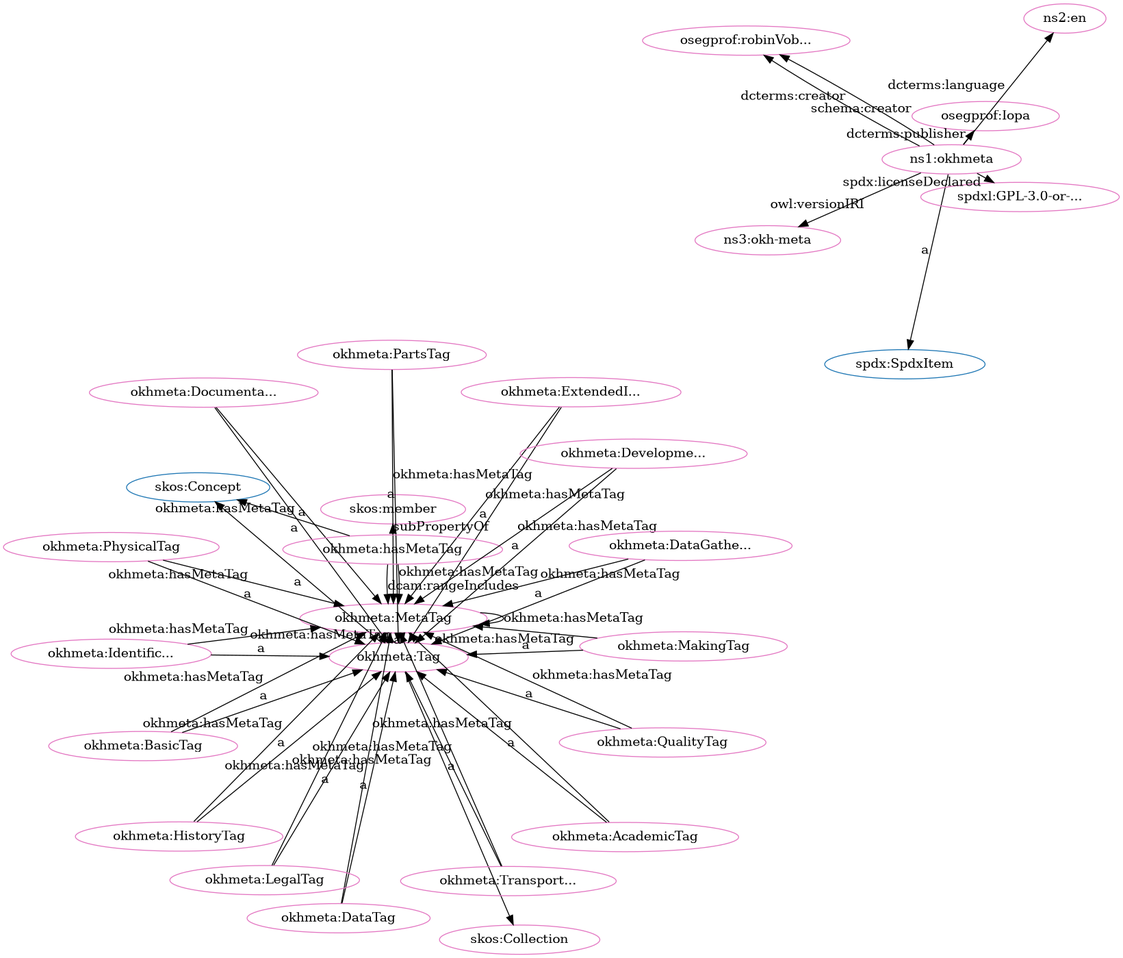
Earlier version of the Graphviz export src/spec/dot_okh-meta-clean.png (iop-alliance/OpenKnowHow). Its source is kept beside it as src/spec/dot_okh-meta-clean.dot.
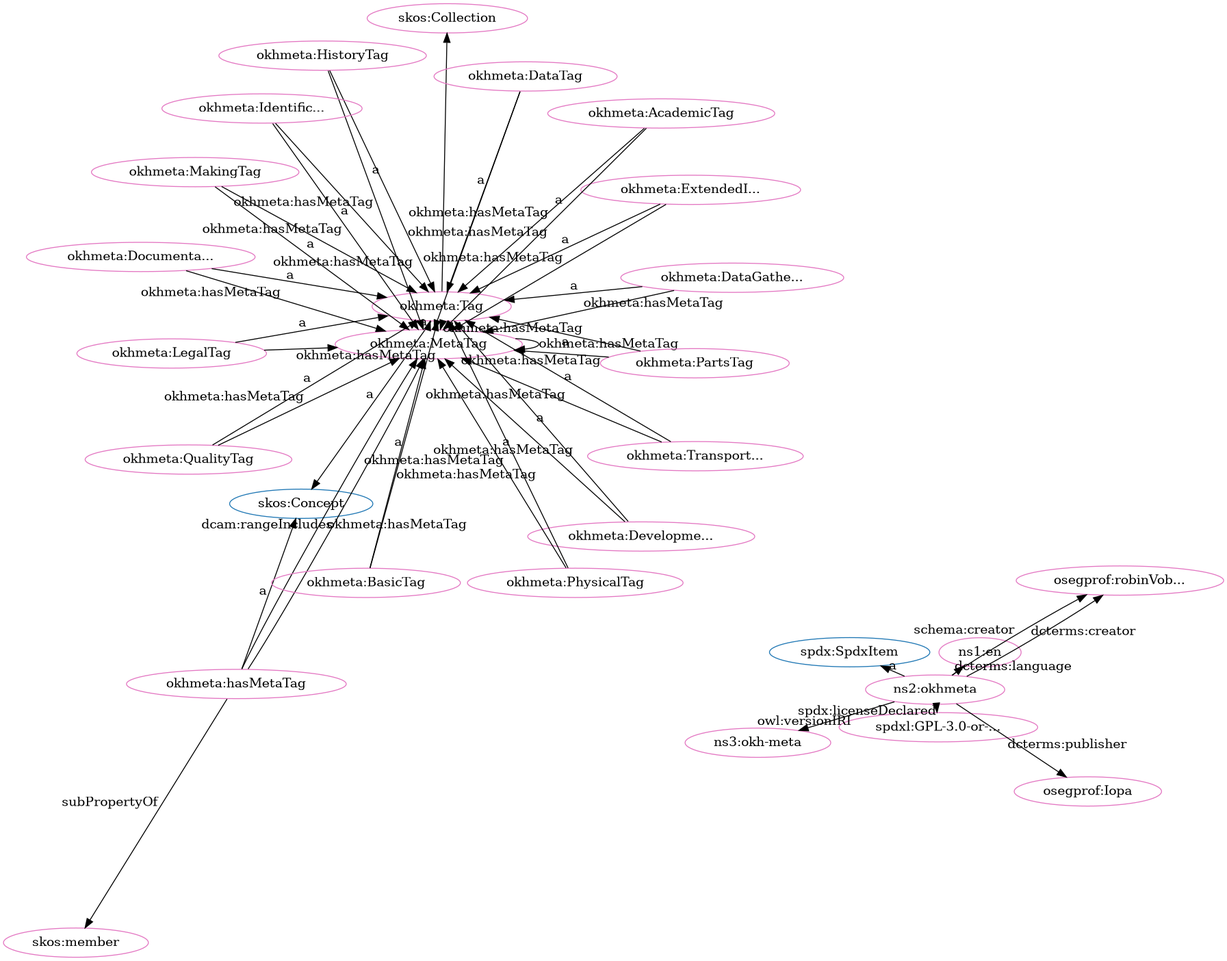
After the change.

What changed in the source:
```diff
@@ -1,80 +1,80 @@
 digraph G {
   rankdir=BT
   node[height=.3]
+"http://w3id.org/oseg/ont/okhmeta#Tag" [fillcolor="#1f77b4" color="#1f77b4" label="okhmeta:Tag"]
+"http://www.w3.org/2004/02/skos/core#Collection" [fillcolor="#1f77b4" color="#1f77b4" label="skos:Collection"]
+"http://www.w3.org/2004/02/skos/core#Concept" [fillcolor="#1f77b4" color="#1f77b4" label="skos:Concept"]
 "http://spdx.org/rdf/terms#SpdxItem" [fillcolor="#1f77b4" color="#1f77b4" label="spdx:SpdxItem"]
-"http://www.w3.org/2004/02/skos/core#Concept" [fillcolor="#1f77b4" color="#1f77b4" label="skos:Concept"]
-"http://www.w3.org/2004/02/skos/core#Collection" [fillcolor="#1f77b4" color="#1f77b4" label="skos:Collection"]
-"http://w3id.org/oseg/ont/okhmeta#Tag" [fillcolor="#1f77b4" color="#1f77b4" label="okhmeta:Tag"]
+"http://w3id.org/oseg/ont/oseg-profiles#robinVobruba" [fillcolor="#e377c2" color="#e377c2" label="osegprof:robinVob..."]
+"http://w3id.org/oseg/ont/okhmeta#LegalTag" [fillcolor="#e377c2" color="#e377c2" label="okhmeta:LegalTag"]
+"http://w3id.org/oseg/ont/okhmeta#MetaTag" [fillcolor="#e377c2" color="#e377c2" label="okhmeta:MetaTag"]
+"http://spdx.org/licenses/GPL-3.0-or-later" [fillcolor="#e377c2" color="#e377c2" label="spdxl:GPL-3.0-or-..."]
+"http://id.loc.gov/vocabulary/iso639-1/en" [fillcolor="#e377c2" color="#e377c2" label="ns1:en"]
+"http://w3id.org/oseg/ont/okhmeta#DocumentationTag" [fillcolor="#e377c2" color="#e377c2" label="okhmeta:Documenta..."]
+"http://www.w3.org/2004/02/skos/core#Collection" [fillcolor="#e377c2" color="#e377c2" label="skos:Collection"]
+"http://w3id.org/oseg/ont/okhmeta#HistoryTag" [fillcolor="#e377c2" color="#e377c2" label="okhmeta:HistoryTag"]
+"http://w3id.org/oseg/ont/okhmeta#ExtendedInfoTag" [fillcolor="#e377c2" color="#e377c2" label="okhmeta:ExtendedI..."]
+"http://w3id.org/oseg/ont/okhmeta#PartsTag" [fillcolor="#e377c2" color="#e377c2" label="okhmeta:PartsTag"]
+"http://w3id.org/oseg/ont/okhmeta#hasMetaTag" [fillcolor="#e377c2" color="#e377c2" label="okhmeta:hasMetaTag"]
+"http://w3id.org/oseg/ont/okhmeta#BasicTag" [fillcolor="#e377c2" color="#e377c2" label="okhmeta:BasicTag"]
+"http://w3id.org/oseg/ont/okhmeta#QualityTag" [fillcolor="#e377c2" color="#e377c2" label="okhmeta:QualityTag"]
+"http://w3id.org/oseg/ont/oseg-profiles#Iopa" [fillcolor="#e377c2" color="#e377c2" label="osegprof:Iopa"]
+"http://w3id.org/oseg/ont/okhmeta#DataTag" [fillcolor="#e377c2" color="#e377c2" label="okhmeta:DataTag"]
+"http://w3id.org/oseg/ont/okhmeta#AcademicTag" [fillcolor="#e377c2" color="#e377c2" label="okhmeta:AcademicTag"]
+"http://www.w3.org/2004/02/skos/core#member" [fillcolor="#e377c2" color="#e377c2" label="skos:member"]
+"http://w3id.org/oseg/ont/okhmeta#DevelopmentTag" [fillcolor="#e377c2" color="#e377c2" label="okhmeta:Developme..."]
+"http://w3id.org/oseg/ont/okhmeta#PhysicalTag" [fillcolor="#e377c2" color="#e377c2" label="okhmeta:PhysicalTag"]
+"http://w3id.org/oseg/ont/okhmeta" [fillcolor="#e377c2" color="#e377c2" label="ns2:okhmeta"]
+"http://w3id.org/oseg/ont/okhmeta#IdentificationTag" [fillcolor="#e377c2" color="#e377c2" label="okhmeta:Identific..."]
 "http://w3id.org/oseg/ont/okhmeta#MakingTag" [fillcolor="#e377c2" color="#e377c2" label="okhmeta:MakingTag"]
-"http://www.w3.org/2004/02/skos/core#Collection" [fillcolor="#e377c2" color="#e377c2" label="skos:Collection"]
-"http://w3id.org/oseg/ont/okhmeta#MetaTag" [fillcolor="#e377c2" color="#e377c2" label="okhmeta:MetaTag"]
-"http://w3id.org/oseg/ont/okhmeta#DocumentationTag" [fillcolor="#e377c2" color="#e377c2" label="okhmeta:Documenta..."]
-"http://w3id.org/oseg/ont/okhmeta" [fillcolor="#e377c2" color="#e377c2" label="ns1:okhmeta"]
+"http://w3id.org/oseg/ont/okhmeta#Tag" [fillcolor="#e377c2" color="#e377c2" label="okhmeta:Tag"]
+"http://w3id.org/oseg/ont/okhmeta#DataGatheringTag" [fillcolor="#e377c2" color="#e377c2" label="okhmeta:DataGathe..."]
+"http://w3id.org/oseg/ont/1.1.0/okh-meta" [fillcolor="#e377c2" color="#e377c2" label="ns3:okh-meta"]
 "http://w3id.org/oseg/ont/okhmeta#TransportationTag" [fillcolor="#e377c2" color="#e377c2" label="okhmeta:Transport..."]
-"http://www.w3.org/2004/02/skos/core#member" [fillcolor="#e377c2" color="#e377c2" label="skos:member"]
-"http://w3id.org/oseg/ont/okhmeta#Tag" [fillcolor="#e377c2" color="#e377c2" label="okhmeta:Tag"]
-"http://w3id.org/oseg/ont/okhmeta#QualityTag" [fillcolor="#e377c2" color="#e377c2" label="okhmeta:QualityTag"]
-"http://w3id.org/oseg/ont/okhmeta#PhysicalTag" [fillcolor="#e377c2" color="#e377c2" label="okhmeta:PhysicalTag"]
-"http://w3id.org/oseg/ont/okhmeta#BasicTag" [fillcolor="#e377c2" color="#e377c2" label="okhmeta:BasicTag"]
-"http://w3id.org/oseg/ont/okhmeta#PartsTag" [fillcolor="#e377c2" color="#e377c2" label="okhmeta:PartsTag"]
-"http://w3id.org/oseg/ont/okhmeta#ExtendedInfoTag" [fillcolor="#e377c2" color="#e377c2" label="okhmeta:ExtendedI..."]
-"http://w3id.org/oseg/ont/okhmeta#hasMetaTag" [fillcolor="#e377c2" color="#e377c2" label="okhmeta:hasMetaTag"]
-"http://w3id.org/oseg/ont/okhmeta#DevelopmentTag" [fillcolor="#e377c2" color="#e377c2" label="okhmeta:Developme..."]
-"http://spdx.org/licenses/GPL-3.0-or-later" [fillcolor="#e377c2" color="#e377c2" label="spdxl:GPL-3.0-or-..."]
-"http://w3id.org/oseg/ont/okhmeta#IdentificationTag" [fillcolor="#e377c2" color="#e377c2" label="okhmeta:Identific..."]
-"http://w3id.org/oseg/ont/oseg-profiles#Iopa" [fillcolor="#e377c2" color="#e377c2" label="osegprof:Iopa"]
-"http://id.loc.gov/vocabulary/iso639-1/en" [fillcolor="#e377c2" color="#e377c2" label="ns2:en"]
-"http://w3id.org/oseg/ont/oseg-profiles#robinVobruba" [fillcolor="#e377c2" color="#e377c2" label="osegprof:robinVob..."]
-"http://w3id.org/oseg/ont/1.1.0/okh-meta" [fillcolor="#e377c2" color="#e377c2" label="ns3:okh-meta"]
-"http://w3id.org/oseg/ont/okhmeta#AcademicTag" [fillcolor="#e377c2" color="#e377c2" label="okhmeta:AcademicTag"]
-"http://w3id.org/oseg/ont/okhmeta#DataTag" [fillcolor="#e377c2" color="#e377c2" label="okhmeta:DataTag"]
-"http://w3id.org/oseg/ont/okhmeta#HistoryTag" [fillcolor="#e377c2" color="#e377c2" label="okhmeta:HistoryTag"]
-"http://w3id.org/oseg/ont/okhmeta#LegalTag" [fillcolor="#e377c2" color="#e377c2" label="okhmeta:LegalTag"]
-"http://w3id.org/oseg/ont/okhmeta#DataGatheringTag" [fillcolor="#e377c2" color="#e377c2" label="okhmeta:DataGathe..."]
+  "http://w3id.org/oseg/ont/okhmeta" -> "http://w3id.org/oseg/ont/oseg-profiles#robinVobruba" [label="schema:creator"]
+  "http://w3id.org/oseg/ont/okhmeta#AcademicTag" -> "http://w3id.org/oseg/ont/okhmeta#MetaTag" [label="okhmeta:hasMetaTag"]
+  "http://w3id.org/oseg/ont/okhmeta" -> "http://spdx.org/licenses/GPL-3.0-or-later" [label="spdx:licenseDeclared"]
+  "http://w3id.org/oseg/ont/okhmeta" -> "http://id.loc.gov/vocabulary/iso639-1/en" [label="dcterms:language"]
+  "http://w3id.org/oseg/ont/okhmeta#hasMetaTag" -> "http://w3id.org/oseg/ont/okhmeta#MetaTag" [label="okhmeta:hasMetaTag"]
+  "http://w3id.org/oseg/ont/okhmeta#DocumentationTag" -> "http://w3id.org/oseg/ont/okhmeta#Tag" [label="a"]
   "http://w3id.org/oseg/ont/okhmeta#Tag" -> "http://www.w3.org/2004/02/skos/core#Collection" [label=""]
+  "http://w3id.org/oseg/ont/okhmeta#HistoryTag" -> "http://w3id.org/oseg/ont/okhmeta#Tag" [label="a"]
+  "http://w3id.org/oseg/ont/okhmeta#MetaTag" -> "http://w3id.org/oseg/ont/okhmeta#MetaTag" [label="okhmeta:hasMetaTag"]
+  "http://w3id.org/oseg/ont/okhmeta#BasicTag" -> "http://w3id.org/oseg/ont/okhmeta#Tag" [label="a"]
+  "http://w3id.org/oseg/ont/okhmeta#QualityTag" -> "http://w3id.org/oseg/ont/okhmeta#Tag" [label="a"]
+  "http://w3id.org/oseg/ont/okhmeta#hasMetaTag" -> "http://w3id.org/oseg/ont/okhmeta#MetaTag" [label="dcam:rangeIncludes"]
+  "http://w3id.org/oseg/ont/okhmeta#LegalTag" -> "http://w3id.org/oseg/ont/okhmeta#MetaTag" [label="okhmeta:hasMetaTag"]
+  "http://w3id.org/oseg/ont/okhmeta#DocumentationTag" -> "http://w3id.org/oseg/ont/okhmeta#MetaTag" [label="okhmeta:hasMetaTag"]
+  "http://w3id.org/oseg/ont/okhmeta#AcademicTag" -> "http://w3id.org/oseg/ont/okhmeta#Tag" [label="a"]
+  "http://w3id.org/oseg/ont/okhmeta#DataTag" -> "http://w3id.org/oseg/ont/okhmeta#MetaTag" [label="okhmeta:hasMetaTag"]
+  "http://w3id.org/oseg/ont/okhmeta#hasMetaTag" -> "http://www.w3.org/2004/02/skos/core#member" [label="subPropertyOf"]
+  "http://w3id.org/oseg/ont/okhmeta#DevelopmentTag" -> "http://w3id.org/oseg/ont/okhmeta#MetaTag" [label="okhmeta:hasMetaTag"]
+  "http://w3id.org/oseg/ont/okhmeta#IdentificationTag" -> "http://w3id.org/oseg/ont/okhmeta#MetaTag" [label="okhmeta:hasMetaTag"]
+  "http://w3id.org/oseg/ont/okhmeta#PhysicalTag" -> "http://w3id.org/oseg/ont/okhmeta#Tag" [label="a"]
+  "http://w3id.org/oseg/ont/okhmeta#ExtendedInfoTag" -> "http://w3id.org/oseg/ont/okhmeta#MetaTag" [label="okhmeta:hasMetaTag"]
+  "http://w3id.org/oseg/ont/okhmeta#PartsTag" -> "http://w3id.org/oseg/ont/okhmeta#MetaTag" [label="okhmeta:hasMetaTag"]
+  "http://w3id.org/oseg/ont/okhmeta#Tag" -> "http://w3id.org/oseg/ont/okhmeta#MetaTag" [label="okhmeta:hasMetaTag"]
+  "http://w3id.org/oseg/ont/okhmeta#DataGatheringTag" -> "http://w3id.org/oseg/ont/okhmeta#Tag" [label="a"]
   "http://w3id.org/oseg/ont/okhmeta#TransportationTag" -> "http://w3id.org/oseg/ont/okhmeta#MetaTag" [label="okhmeta:hasMetaTag"]
+  "http://w3id.org/oseg/ont/okhmeta" -> "http://spdx.org/rdf/terms#SpdxItem" [label="a"]
+  "http://w3id.org/oseg/ont/okhmeta#LegalTag" -> "http://w3id.org/oseg/ont/okhmeta#Tag" [label="a"]
+  "http://w3id.org/oseg/ont/okhmeta" -> "http://w3id.org/oseg/ont/oseg-profiles#robinVobruba" [label="dcterms:creator"]
+  "http://w3id.org/oseg/ont/okhmeta#ExtendedInfoTag" -> "http://w3id.org/oseg/ont/okhmeta#Tag" [label="a"]
+  "http://w3id.org/oseg/ont/okhmeta#PartsTag" -> "http://w3id.org/oseg/ont/okhmeta#Tag" [label="a"]
+  "http://w3id.org/oseg/ont/okhmeta#MetaTag" -> "http://w3id.org/oseg/ont/okhmeta#Tag" [label="a"]
+  "http://w3id.org/oseg/ont/okhmeta#MakingTag" -> "http://w3id.org/oseg/ont/okhmeta#MetaTag" [label="okhmeta:hasMetaTag"]
   "http://w3id.org/oseg/ont/okhmeta#QualityTag" -> "http://w3id.org/oseg/ont/okhmeta#MetaTag" [label="okhmeta:hasMetaTag"]
+  "http://w3id.org/oseg/ont/okhmeta" -> "http://w3id.org/oseg/ont/oseg-profiles#Iopa" [label="dcterms:publisher"]
+  "http://w3id.org/oseg/ont/okhmeta#DataTag" -> "http://w3id.org/oseg/ont/okhmeta#Tag" [label="a"]
+  "http://w3id.org/oseg/ont/okhmeta#hasMetaTag" -> "http://www.w3.org/2004/02/skos/core#Concept" [label="a"]
   "http://w3id.org/oseg/ont/okhmeta#PhysicalTag" -> "http://w3id.org/oseg/ont/okhmeta#MetaTag" [label="okhmeta:hasMetaTag"]
+  "http://w3id.org/oseg/ont/okhmeta#DevelopmentTag" -> "http://w3id.org/oseg/ont/okhmeta#Tag" [label="a"]
+  "http://w3id.org/oseg/ont/okhmeta#IdentificationTag" -> "http://w3id.org/oseg/ont/okhmeta#Tag" [label="a"]
+  "http://w3id.org/oseg/ont/okhmeta#HistoryTag" -> "http://w3id.org/oseg/ont/okhmeta#MetaTag" [label="okhmeta:hasMetaTag"]
+  "http://w3id.org/oseg/ont/okhmeta#MakingTag" -> "http://w3id.org/oseg/ont/okhmeta#Tag" [label="a"]
   "http://w3id.org/oseg/ont/okhmeta#BasicTag" -> "http://w3id.org/oseg/ont/okhmeta#MetaTag" [label="okhmeta:hasMetaTag"]
-  "http://w3id.org/oseg/ont/okhmeta#PartsTag" -> "http://w3id.org/oseg/ont/okhmeta#MetaTag" [label="okhmeta:hasMetaTag"]
   "http://w3id.org/oseg/ont/okhmeta#Tag" -> "http://www.w3.org/2004/02/skos/core#Concept" [label="a"]
-  "http://w3id.org/oseg/ont/okhmeta#ExtendedInfoTag" -> "http://w3id.org/oseg/ont/okhmeta#Tag" [label="a"]
-  "http://w3id.org/oseg/ont/okhmeta#IdentificationTag" -> "http://w3id.org/oseg/ont/okhmeta#Tag" [label="a"]
-  "http://w3id.org/oseg/ont/okhmeta#AcademicTag" -> "http://w3id.org/oseg/ont/okhmeta#MetaTag" [label="okhmeta:hasMetaTag"]
-  "http://w3id.org/oseg/ont/okhmeta#DataTag" -> "http://w3id.org/oseg/ont/okhmeta#MetaTag" [label="okhmeta:hasMetaTag"]
-  "http://w3id.org/oseg/ont/okhmeta#MetaTag" -> "http://w3id.org/oseg/ont/okhmeta#MetaTag" [label="okhmeta:hasMetaTag"]
-  "http://w3id.org/oseg/ont/okhmeta#hasMetaTag" -> "http://w3id.org/oseg/ont/okhmeta#MetaTag" [label="okhmeta:hasMetaTag"]
-  "http://w3id.org/oseg/ont/okhmeta#HistoryTag" -> "http://w3id.org/oseg/ont/okhmeta#Tag" [label="a"]
-  "http://w3id.org/oseg/ont/okhmeta" -> "http://w3id.org/oseg/ont/oseg-profiles#robinVobruba" [label="dcterms:creator"]
-  "http://w3id.org/oseg/ont/okhmeta#DevelopmentTag" -> "http://w3id.org/oseg/ont/okhmeta#MetaTag" [label="okhmeta:hasMetaTag"]
-  "http://w3id.org/oseg/ont/okhmeta#LegalTag" -> "http://w3id.org/oseg/ont/okhmeta#Tag" [label="a"]
-  "http://w3id.org/oseg/ont/okhmeta" -> "http://spdx.org/rdf/terms#SpdxItem" [label="a"]
-  "http://w3id.org/oseg/ont/okhmeta#DataGatheringTag" -> "http://w3id.org/oseg/ont/okhmeta#Tag" [label="a"]
-  "http://w3id.org/oseg/ont/okhmeta#MakingTag" -> "http://w3id.org/oseg/ont/okhmeta#Tag" [label="a"]
-  "http://w3id.org/oseg/ont/okhmeta#DocumentationTag" -> "http://w3id.org/oseg/ont/okhmeta#Tag" [label="a"]
+  "http://w3id.org/oseg/ont/okhmeta" -> "http://w3id.org/oseg/ont/1.1.0/okh-meta" [label="owl:versionIRI"]
   "http://w3id.org/oseg/ont/okhmeta#TransportationTag" -> "http://w3id.org/oseg/ont/okhmeta#Tag" [label="a"]
-  "http://w3id.org/oseg/ont/okhmeta#hasMetaTag" -> "http://www.w3.org/2004/02/skos/core#member" [label="subPropertyOf"]
-  "http://w3id.org/oseg/ont/okhmeta#QualityTag" -> "http://w3id.org/oseg/ont/okhmeta#Tag" [label="a"]
-  "http://w3id.org/oseg/ont/okhmeta#ExtendedInfoTag" -> "http://w3id.org/oseg/ont/okhmeta#MetaTag" [label="okhmeta:hasMetaTag"]
-  "http://w3id.org/oseg/ont/okhmeta#PhysicalTag" -> "http://w3id.org/oseg/ont/okhmeta#Tag" [label="a"]
-  "http://w3id.org/oseg/ont/okhmeta#IdentificationTag" -> "http://w3id.org/oseg/ont/okhmeta#MetaTag" [label="okhmeta:hasMetaTag"]
-  "http://w3id.org/oseg/ont/okhmeta#BasicTag" -> "http://w3id.org/oseg/ont/okhmeta#Tag" [label="a"]
-  "http://w3id.org/oseg/ont/okhmeta#PartsTag" -> "http://w3id.org/oseg/ont/okhmeta#Tag" [label="a"]
-  "http://w3id.org/oseg/ont/okhmeta#DevelopmentTag" -> "http://w3id.org/oseg/ont/okhmeta#Tag" [label="a"]
-  "http://w3id.org/oseg/ont/okhmeta" -> "http://spdx.org/licenses/GPL-3.0-or-later" [label="spdx:licenseDeclared"]
-  "http://w3id.org/oseg/ont/okhmeta#hasMetaTag" -> "http://w3id.org/oseg/ont/okhmeta#MetaTag" [label="dcam:rangeIncludes"]
-  "http://w3id.org/oseg/ont/okhmeta#hasMetaTag" -> "http://www.w3.org/2004/02/skos/core#Concept" [label="a"]
-  "http://w3id.org/oseg/ont/okhmeta" -> "http://w3id.org/oseg/ont/oseg-profiles#Iopa" [label="dcterms:publisher"]
-  "http://w3id.org/oseg/ont/okhmeta#HistoryTag" -> "http://w3id.org/oseg/ont/okhmeta#MetaTag" [label="okhmeta:hasMetaTag"]
-  "http://w3id.org/oseg/ont/okhmeta" -> "http://id.loc.gov/vocabulary/iso639-1/en" [label="dcterms:language"]
-  "http://w3id.org/oseg/ont/okhmeta#LegalTag" -> "http://w3id.org/oseg/ont/okhmeta#MetaTag" [label="okhmeta:hasMetaTag"]
-  "http://w3id.org/oseg/ont/okhmeta" -> "http://w3id.org/oseg/ont/oseg-profiles#robinVobruba" [label="schema:creator"]
-  "http://w3id.org/oseg/ont/okhmeta#MakingTag" -> "http://w3id.org/oseg/ont/okhmeta#MetaTag" [label="okhmeta:hasMetaTag"]
-  "http://w3id.org/oseg/ont/okhmeta" -> "http://w3id.org/oseg/ont/1.1.0/okh-meta" [label="owl:versionIRI"]
-  "http://w3id.org/oseg/ont/okhmeta#AcademicTag" -> "http://w3id.org/oseg/ont/okhmeta#Tag" [label="a"]
-  "http://w3id.org/oseg/ont/okhmeta#DataTag" -> "http://w3id.org/oseg/ont/okhmeta#Tag" [label="a"]
   "http://w3id.org/oseg/ont/okhmeta#DataGatheringTag" -> "http://w3id.org/oseg/ont/okhmeta#MetaTag" [label="okhmeta:hasMetaTag"]
-  "http://w3id.org/oseg/ont/okhmeta#MetaTag" -> "http://w3id.org/oseg/ont/okhmeta#Tag" [label="a"]
-  "http://w3id.org/oseg/ont/okhmeta#Tag" -> "http://w3id.org/oseg/ont/okhmeta#MetaTag" [label="okhmeta:hasMetaTag"]
-  "http://w3id.org/oseg/ont/okhmeta#DocumentationTag" -> "http://w3id.org/oseg/ont/okhmeta#MetaTag" [label="okhmeta:hasMetaTag"]
 }
```
